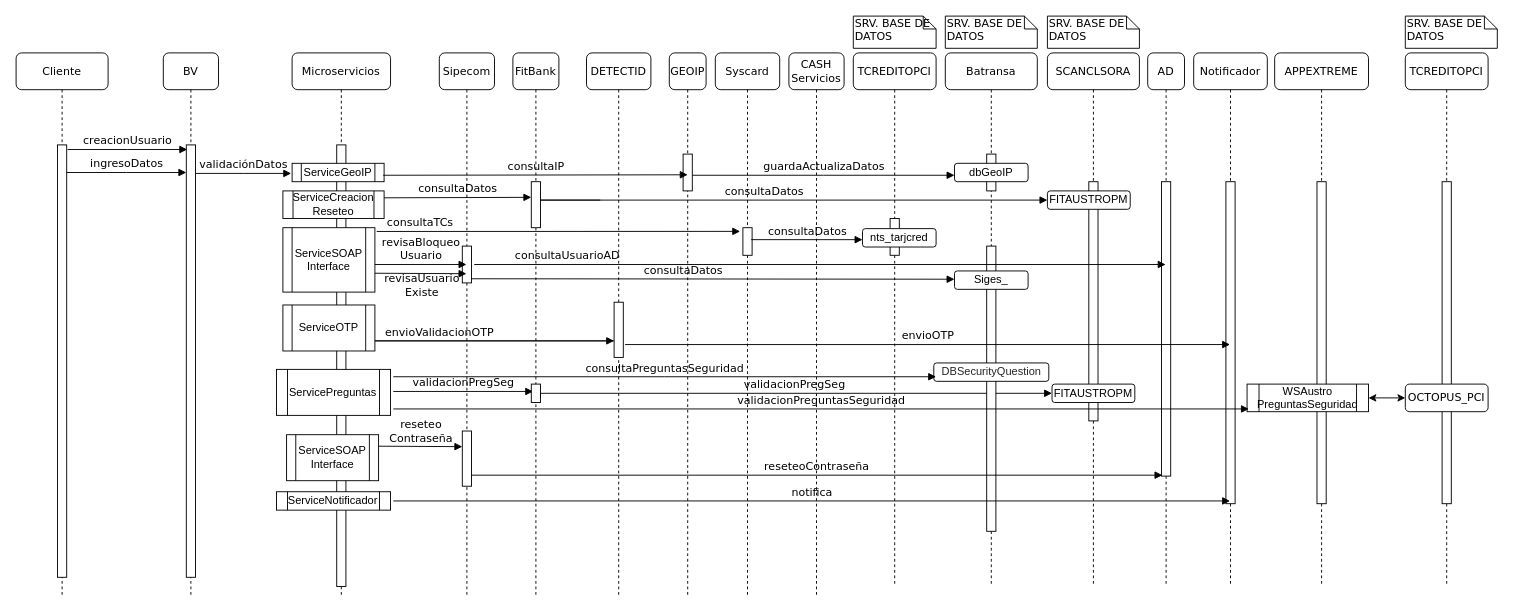
Before: page "DiagramaSeqReseteoPwdNEW" (6 of 12) of CreateUsrBVDiagram.drawio in davidguillermofg/Diagrams, a draw.io diagram. Source tidied: cells renumbered, new cells numbered last; positions are measured from the earlier drawing's top-left corner, leaving out a move shared by most shapes. Both pictures are drawn from the tidied source at 92%, with x=0, y=0 at pixel (16, 16).
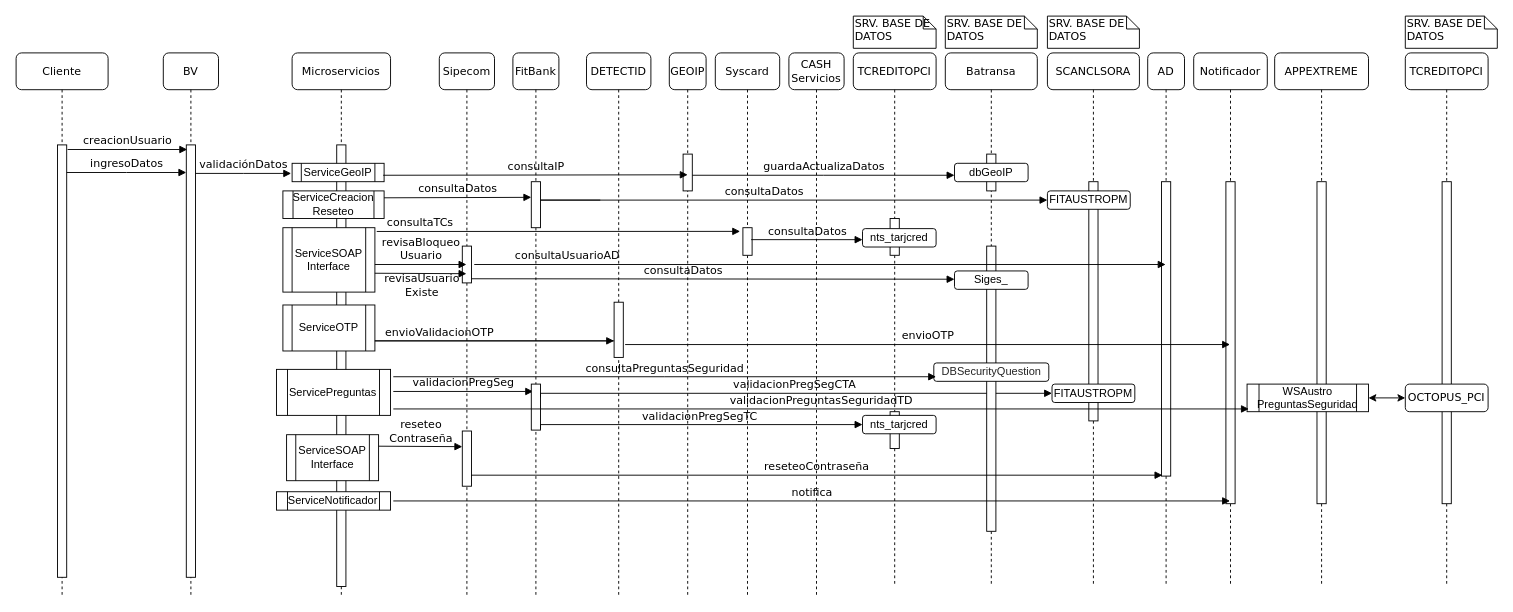
The same page after the edit.

Unchanged cells that the change refers to:
```xml
<mxCell id="15" value="FitBank" style="shape=umlLifeline;perimeter=lifelinePerimeter;whiteSpace=wrap;html=1;rounded=1;shadow=0;comic=0;labelBackgroundColor=none;strokeWidth=1;fontFamily=Verdana;fontSize=12;align=center;" parent="1" vertex="1">
  <mxGeometry x="540" y="40" width="50" height="590" as="geometry" />
</mxCell>
<mxCell id="18" value="DETECTID" style="shape=umlLifeline;perimeter=lifelinePerimeter;whiteSpace=wrap;html=1;rounded=1;shadow=0;comic=0;labelBackgroundColor=none;strokeWidth=1;fontFamily=Verdana;fontSize=12;align=center;" parent="1" vertex="1">
  <mxGeometry x="620" y="40" width="70" height="590" as="geometry" />
</mxCell>
<mxCell id="24" value="FITAUSTROPM" style="rounded=1;whiteSpace=wrap;html=1;" parent="21" vertex="1">
  <mxGeometry x="5" y="360" width="90" height="20" as="geometry" />
</mxCell>
<mxCell id="57" value="TCREDITOPCI" style="shape=umlLifeline;perimeter=lifelinePerimeter;whiteSpace=wrap;html=1;rounded=1;shadow=0;comic=0;labelBackgroundColor=none;strokeWidth=1;fontFamily=Verdana;fontSize=12;align=center;" parent="1" vertex="1">
  <mxGeometry x="910" y="40" width="90" height="580" as="geometry" />
</mxCell>
```

What changed in the source:
```diff
@@
     <mxCell id="17" style="html=1;perimeter=orthogonalPerimeter;rounded=0;shadow=0;comic=0;labelBackgroundColor=none;strokeWidth=1;fontFamily=Verdana;fontSize=12;align=center;" parent="15" vertex="1">
-      <mxGeometry x="20" y="360" width="10" height="20" as="geometry" />
+      <mxGeometry x="20" y="360" width="10" height="50" as="geometry" />
     </mxCell>
@@
-    <mxCell id="20" value="validacionPregSeg" style="html=1;verticalAlign=bottom;endArrow=block;labelBackgroundColor=none;fontFamily=Verdana;fontSize=12;edgeStyle=elbowEdgeStyle;elbow=vertical;rounded=0;exitX=1;exitY=0.25;exitDx=0;exitDy=0;entryX=0;entryY=0.5;entryDx=0;entryDy=0;" parent="18" edge="1" target="24">
+    <mxCell id="20" value="validacionPregSegCTA" style="html=1;verticalAlign=bottom;endArrow=block;labelBackgroundColor=none;fontFamily=Verdana;fontSize=12;edgeStyle=elbowEdgeStyle;elbow=vertical;rounded=0;exitX=1;exitY=0.25;exitDx=0;exitDy=0;entryX=0;entryY=0.5;entryDx=0;entryDy=0;" parent="18" edge="1" target="24">
       <mxGeometry relative="1" as="geometry">
         <mxPoint x="-50" y="374.5" as="sourcePoint" />
         <Array as="points">
           <mxPoint x="470" y="370" />
         </Array>
       </mxGeometry>
     </mxCell>
+    <mxCell id="78" value="validacionPregSegTC" style="html=1;verticalAlign=bottom;endArrow=block;labelBackgroundColor=none;fontFamily=Verdana;fontSize=12;edgeStyle=elbowEdgeStyle;elbow=vertical;rounded=0;exitX=1;exitY=0.25;exitDx=0;exitDy=0;entryX=0;entryY=0.5;entryDx=0;entryDy=0;" parent="18" edge="1" target="80">
+      <mxGeometry relative="1" as="geometry">
+        <mxPoint x="-50" y="408.5" as="sourcePoint" />
+        <Array as="points">
+          <mxPoint x="470" y="404" />
+        </Array>
+      </mxGeometry>
+    </mxCell>
@@
+    <mxCell id="79" style="html=1;perimeter=orthogonalPerimeter;rounded=0;shadow=0;comic=0;labelBackgroundColor=none;strokeWidth=1;fontFamily=Verdana;fontSize=12;align=center;" parent="57" vertex="1">
+      <mxGeometry x="40" y="390" width="10" height="40" as="geometry" />
+    </mxCell>
+    <mxCell id="80" value="nts_tarjcred" style="rounded=1;whiteSpace=wrap;html=1;" parent="57" vertex="1">
+      <mxGeometry x="10" y="394" width="80" height="20" as="geometry" />
+    </mxCell>
@@
-    <mxCell id="66" value="validacionPreguntasSeguridad" style="html=1;verticalAlign=bottom;endArrow=block;labelBackgroundColor=none;fontFamily=Verdana;fontSize=12;edgeStyle=elbowEdgeStyle;elbow=vertical;rounded=0;" parent="1" edge="1">
+    <mxCell id="66" value="validacionPreguntasSeguridadTD" style="html=1;verticalAlign=bottom;endArrow=block;labelBackgroundColor=none;fontFamily=Verdana;fontSize=12;edgeStyle=elbowEdgeStyle;elbow=vertical;rounded=0;" parent="1" edge="1">
       <mxGeometry relative="1" as="geometry">
         <mxPoint x="410" y="427" as="sourcePoint" />
         <mxPoint x="1340" y="427" as="targetPoint" />
       </mxGeometry>
     </mxCell>
```
